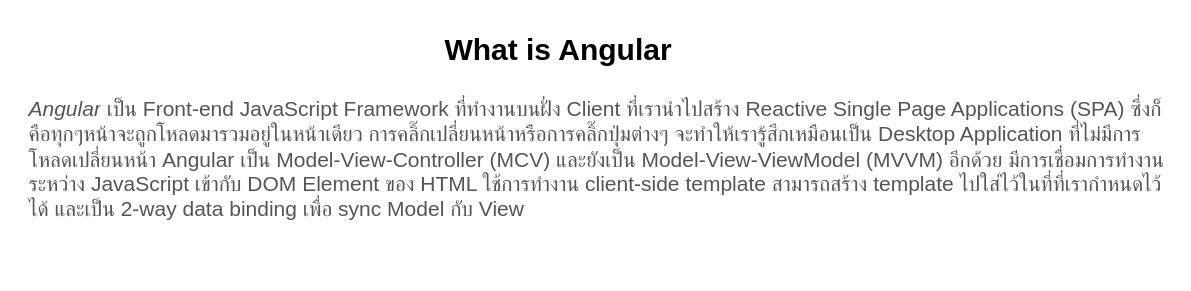
Earlier version of the draw.io diagram page "what is angular" (2 of 7) of angular.drawio (Rainday777/angular-grade). Source tidied: cells renumbered, new cells numbered last; positions are measured from the earlier drawing's top-left corner, leaving out a move shared by most shapes. Both pictures are drawn from the tidied source at 150%, with x=0, y=0 at pixel (26, 26).
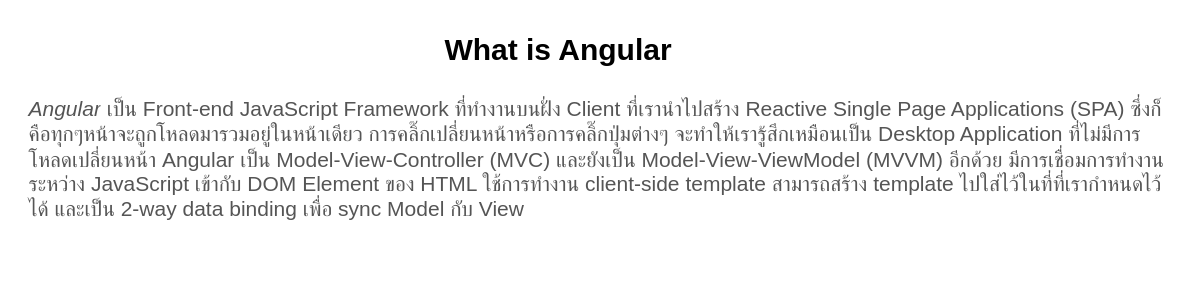
After the change.

What changed in the source:
```diff
@@
 <mxGraphModel>
   <root>
     <mxCell id="0" />
     <mxCell id="1" parent="0" />
-    <mxCell id="2" value="&lt;em style=&quot;box-sizing: border-box; overflow-wrap: break-word; color: rgb(85, 85, 85); font-family: &amp;quot;titillium web&amp;quot;, arial, sans-serif; font-size: 14px; font-weight: 400; letter-spacing: normal; text-indent: 0px; text-transform: none; word-spacing: 0px; background-color: rgb(255, 255, 255);&quot;&gt;Angular&lt;/em&gt;&lt;span style=&quot;color: rgb(85, 85, 85); font-family: &amp;quot;titillium web&amp;quot;, arial, sans-serif; font-size: 14px; font-style: normal; font-weight: 400; letter-spacing: normal; text-indent: 0px; text-transform: none; word-spacing: 0px; background-color: rgb(255, 255, 255); display: inline; float: none;&quot;&gt;&amp;nbsp;เป็น Front-end JavaScript Framework ที่ทำงานบนฝั่ง Client ที่เรานำไปสร้าง Reactive Single Page Applications (SPA) ซึ่งก็คือทุกๆหน้าจะถูกโหลดมารวมอยู่ในหน้าเดียว การคลิ๊กเปลี่ยนหน้าหรือการคลิ๊กปุ่มต่างๆ จะทำให้เรารู้สึกเหมือนเป็น Desktop Application ที่ไม่มีการโหลดเปลี่ยนหน้า Angular เป็น Model-View-Controller (MCV) และยังเป็น Model-View-ViewModel (MVVM) อีกด้วย มีการเชื่อมการทำงานระหว่าง JavaScript เข้ากับ DOM Element ของ HTML ใช้การทำงาน client-side template สามารถสร้าง template ไปใส่ไว้ในที่ที่เรากำหนดไว้ได้ และเป็น 2-way data binding เพื่อ sync Model กับ View&lt;/span&gt;" style="text;whiteSpace=wrap;html=1;" parent="1" vertex="1">
+    <mxCell id="2" value="&lt;em style=&quot;box-sizing: border-box ; overflow-wrap: break-word ; color: rgb(85 , 85 , 85) ; font-family: &amp;#34;titillium web&amp;#34; , &amp;#34;arial&amp;#34; , sans-serif ; font-size: 14px ; font-weight: 400 ; letter-spacing: normal ; text-indent: 0px ; text-transform: none ; word-spacing: 0px ; background-color: rgb(255 , 255 , 255)&quot;&gt;Angular&lt;/em&gt;&lt;span style=&quot;color: rgb(85 , 85 , 85) ; font-family: &amp;#34;titillium web&amp;#34; , &amp;#34;arial&amp;#34; , sans-serif ; font-size: 14px ; font-style: normal ; font-weight: 400 ; letter-spacing: normal ; text-indent: 0px ; text-transform: none ; word-spacing: 0px ; background-color: rgb(255 , 255 , 255) ; display: inline ; float: none&quot;&gt;&amp;nbsp;เป็น Front-end JavaScript Framework ที่ทำงานบนฝั่ง Client ที่เรานำไปสร้าง Reactive Single Page Applications (SPA) ซึ่งก็คือทุกๆหน้าจะถูกโหลดมารวมอยู่ในหน้าเดียว การคลิ๊กเปลี่ยนหน้าหรือการคลิ๊กปุ่มต่างๆ จะทำให้เรารู้สึกเหมือนเป็น Desktop Application ที่ไม่มีการโหลดเปลี่ยนหน้า Angular เป็น Model-View-Controller (MVC) และยังเป็น Model-View-ViewModel (MVVM) อีกด้วย มีการเชื่อมการทำงานระหว่าง JavaScript เข้ากับ DOM Element ของ HTML ใช้การทำงาน client-side template สามารถสร้าง template ไปใส่ไว้ในที่ที่เรากำหนดไว้ได้ และเป็น 2-way data binding เพื่อ sync Model กับ View&lt;/span&gt;" style="text;whiteSpace=wrap;html=1;" parent="1" vertex="1">
       <mxGeometry y="40" width="760" height="120" as="geometry" />
     </mxCell>
     <mxCell id="3" value="What is Angular" style="text;html=1;strokeColor=none;fillColor=none;align=center;verticalAlign=middle;whiteSpace=wrap;rounded=0;fontSize=20;fontStyle=1;" parent="1" vertex="1">
       <mxGeometry x="110" width="490" height="30" as="geometry" />
     </mxCell>
   </root>
 </mxGraphModel>
```
